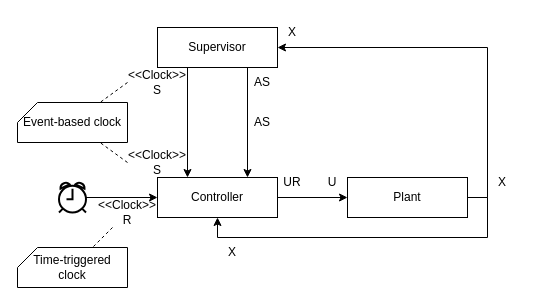
clagms/synchronous-clock-fmus keeps this draw.io diagram as synchronous_control_me_scenario.drawio. Above is the earlier version. Source tidied: cells renumbered, new cells numbered last; positions are measured from the earlier drawing's top-left corner, leaving out a move shared by most shapes. Both pictures are drawn from the tidied source at 100%, with x=0, y=0 at pixel (17, 17).
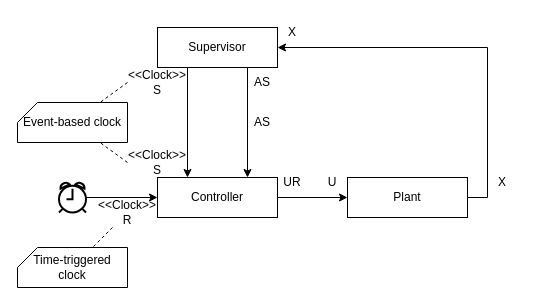
The same page after the edit.

The change refers to these unchanged cells:
```xml
<mxCell id="6" value="Controller" style="rounded=0;whiteSpace=wrap;html=1;" parent="1" vertex="1">
  <mxGeometry x="140" y="160" width="120" height="40" as="geometry" />
</mxCell>
<mxCell id="7" value="Plant" style="rounded=0;whiteSpace=wrap;html=1;" parent="1" vertex="1">
  <mxGeometry x="330" y="160" width="120" height="40" as="geometry" />
</mxCell>
```

Diff of the diagram source:
```diff
@@
-    <mxCell id="18" style="edgeStyle=orthogonalEdgeStyle;rounded=0;jettySize=auto;html=1;exitX=1;exitY=0.5;exitDx=0;exitDy=0;entryX=0.5;entryY=1;entryDx=0;entryDy=0;" parent="1" edge="1" source="7" target="6">
-      <mxGeometry relative="1" as="geometry" />
-    </mxCell>
@@
-    <mxCell id="20" value="X" style="text;html=1;strokeColor=none;fillColor=none;align=center;verticalAlign=middle;whiteSpace=wrap;rounded=0;" parent="1" vertex="1">
-      <mxGeometry x="200" y="220" width="30" height="30" as="geometry" />
-    </mxCell>
```
